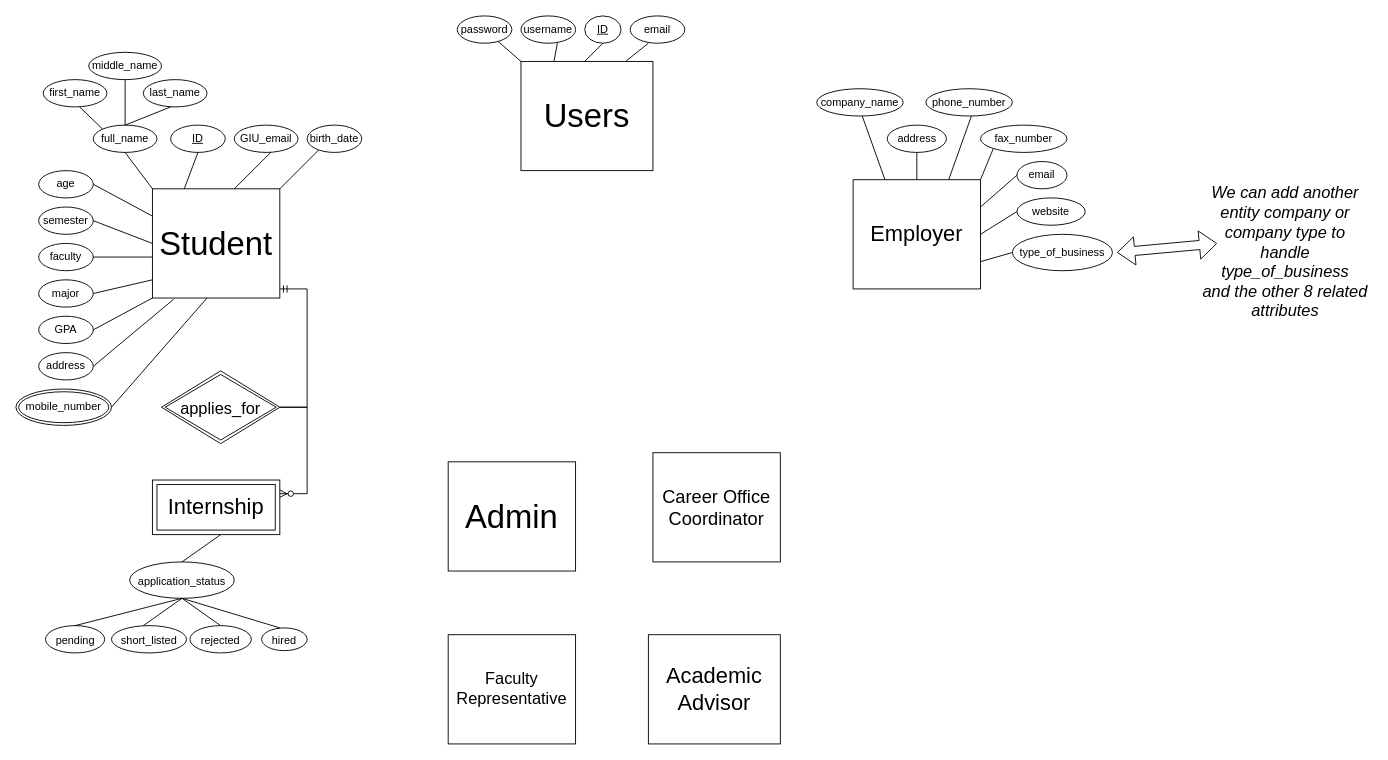
This is EERD_file1.drawio from RamyCodes/EERD, a draw.io file, before an edit. Source tidied: cells renumbered, new cells numbered last; positions are measured from the earlier drawing's top-left corner, leaving out a move shared by most shapes. Both pictures are drawn from the tidied source at 91%, with x=0, y=0 at pixel (15, 15).
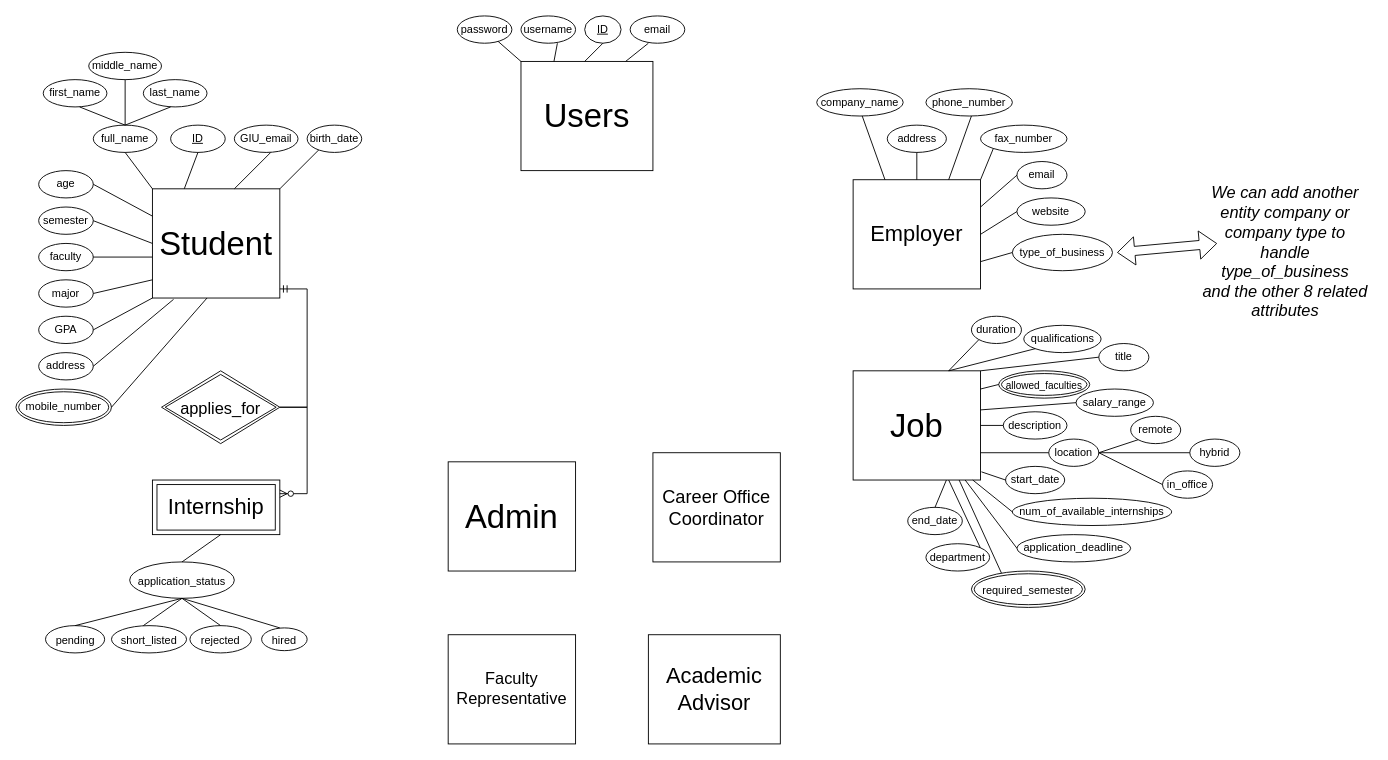
The same diagram, later.

Unchanged cells that the change refers to:
```xml
<mxCell id="18" value="full_name" style="ellipse;whiteSpace=wrap;html=1;" parent="1" vertex="1">
  <mxGeometry x="85" y="120" width="70" height="30" as="geometry" />
</mxCell>
```

Diff of the diagram source:
```diff
@@
-    <mxCell id="36" style="endArrow=none;html=1;rounded=0;exitX=0;exitY=0;exitDx=0;exitDy=0;" parent="1" edge="1" source="18">
+    <mxCell id="36" style="endArrow=none;html=1;rounded=0;exitX=0.5;exitY=0;exitDx=0;exitDy=0;" parent="1" edge="1" source="18">
       <mxGeometry relative="1" as="geometry">
         <mxPoint x="70" y="100" as="targetPoint" />
       </mxGeometry>
     </mxCell>
@@
+    <mxCell id="75" value="&lt;font style=&quot;font-size: 36px&quot;&gt;Job&lt;/font&gt;" style="rounded=0;whiteSpace=wrap;html=1;" parent="1" vertex="1">
+      <mxGeometry x="920" y="390" width="140" height="120" as="geometry" />
+    </mxCell>
+    <mxCell id="76" value="title" style="ellipse;whiteSpace=wrap;html=1;" parent="1" vertex="1">
+      <mxGeometry x="1190" y="360" width="55" height="30" as="geometry" />
+    </mxCell>
+    <mxCell id="77" value="description" style="ellipse;whiteSpace=wrap;html=1;" parent="1" vertex="1">
+      <mxGeometry x="1085" y="435" width="70" height="30" as="geometry" />
+    </mxCell>
+    <mxCell id="78" value="department" style="ellipse;whiteSpace=wrap;html=1;" parent="1" vertex="1">
+      <mxGeometry x="1000" y="580" width="70" height="30" as="geometry" />
+    </mxCell>
+    <mxCell id="79" value="start_date" style="ellipse;whiteSpace=wrap;html=1;" parent="1" vertex="1">
+      <mxGeometry x="1087.5" y="495" width="65" height="30" as="geometry" />
+    </mxCell>
+    <mxCell id="80" value="end_date" style="ellipse;whiteSpace=wrap;html=1;" parent="1" vertex="1">
+      <mxGeometry x="980" y="540" width="60" height="30" as="geometry" />
+    </mxCell>
+    <mxCell id="81" value="duration" style="ellipse;whiteSpace=wrap;html=1;" parent="1" vertex="1">
+      <mxGeometry x="1050" y="330" width="55" height="30" as="geometry" />
+    </mxCell>
+    <mxCell id="82" value="application_deadline" style="ellipse;whiteSpace=wrap;html=1;" parent="1" vertex="1">
+      <mxGeometry x="1100" y="570" width="125" height="30" as="geometry" />
+    </mxCell>
+    <mxCell id="83" value="num_of_available_internships" style="ellipse;whiteSpace=wrap;html=1;" parent="1" vertex="1">
+      <mxGeometry x="1095" y="530" width="175" height="30" as="geometry" />
+    </mxCell>
+    <mxCell id="84" value="&lt;font style=&quot;font-size: 11px&quot;&gt;allowed_faculties&lt;/font&gt;" style="ellipse;shape=doubleEllipse;margin=3;whiteSpace=wrap;html=1;align=center;fontSize=18;" parent="1" vertex="1">
+      <mxGeometry x="1080" y="390" width="100" height="30" as="geometry" />
+    </mxCell>
+    <mxCell id="85" value="salary_range" style="ellipse;whiteSpace=wrap;html=1;" parent="1" vertex="1">
+      <mxGeometry x="1165" y="410" width="85" height="30" as="geometry" />
+    </mxCell>
+    <mxCell id="86" value="qualifications" style="ellipse;whiteSpace=wrap;html=1;" parent="1" vertex="1">
+      <mxGeometry x="1107.5" y="340" width="85" height="30" as="geometry" />
+    </mxCell>
+    <mxCell id="87" value="&lt;font style=&quot;font-size: 12px&quot;&gt;required_semester&lt;/font&gt;" style="ellipse;shape=doubleEllipse;margin=3;whiteSpace=wrap;html=1;align=center;fontSize=18;" parent="1" vertex="1">
+      <mxGeometry x="1050" y="610" width="125" height="40" as="geometry" />
+    </mxCell>
+    <mxCell id="88" value="location" style="ellipse;whiteSpace=wrap;html=1;" parent="1" vertex="1">
+      <mxGeometry x="1135" y="465" width="55" height="30" as="geometry" />
+    </mxCell>
+    <mxCell id="89" style="endArrow=none;html=1;rounded=0;fontSize=12;exitX=0.75;exitY=0;exitDx=0;exitDy=0;entryX=0;entryY=1;entryDx=0;entryDy=0;" parent="1" edge="1" source="75" target="81">
+      <mxGeometry relative="1" as="geometry" />
+    </mxCell>
+    <mxCell id="90" style="endArrow=none;html=1;rounded=0;fontSize=12;entryX=0;entryY=1;entryDx=0;entryDy=0;exitX=0.75;exitY=0;exitDx=0;exitDy=0;" parent="1" edge="1" source="75" target="86">
+      <mxGeometry relative="1" as="geometry" />
+    </mxCell>
+    <mxCell id="91" style="endArrow=none;html=1;rounded=0;fontSize=12;exitX=1;exitY=0;exitDx=0;exitDy=0;entryX=0;entryY=0.5;entryDx=0;entryDy=0;" parent="1" edge="1" source="75" target="76">
+      <mxGeometry relative="1" as="geometry" />
+    </mxCell>
+    <mxCell id="92" style="endArrow=none;html=1;rounded=0;fontSize=12;entryX=0;entryY=0.5;entryDx=0;entryDy=0;" parent="1" edge="1" target="84">
+      <mxGeometry relative="1" as="geometry">
+        <mxPoint x="1060" y="410" as="sourcePoint" />
+      </mxGeometry>
+    </mxCell>
+    <mxCell id="93" style="endArrow=none;html=1;rounded=0;fontSize=12;exitX=0.998;exitY=0.358;exitDx=0;exitDy=0;entryX=0;entryY=0.5;entryDx=0;entryDy=0;exitPerimeter=0;" parent="1" edge="1" source="75" target="85">
+      <mxGeometry relative="1" as="geometry" />
+    </mxCell>
+    <mxCell id="94" style="endArrow=none;html=1;rounded=0;fontSize=12;exitX=1;exitY=0.5;exitDx=0;exitDy=0;entryX=0;entryY=0.5;entryDx=0;entryDy=0;" parent="1" edge="1" source="75" target="77">
+      <mxGeometry relative="1" as="geometry" />
+    </mxCell>
+    <mxCell id="95" style="endArrow=none;html=1;rounded=0;fontSize=12;exitX=1;exitY=0.75;exitDx=0;exitDy=0;entryX=0;entryY=0.5;entryDx=0;entryDy=0;" parent="1" edge="1" source="75" target="88">
+      <mxGeometry relative="1" as="geometry" />
+    </mxCell>
+    <mxCell id="96" style="endArrow=none;html=1;rounded=0;fontSize=12;entryX=0;entryY=0.5;entryDx=0;entryDy=0;exitX=1.007;exitY=0.925;exitDx=0;exitDy=0;exitPerimeter=0;" parent="1" edge="1" source="75" target="79">
+      <mxGeometry relative="1" as="geometry" />
+    </mxCell>
+    <mxCell id="97" style="endArrow=none;html=1;rounded=0;fontSize=12;exitX=0;exitY=0.5;exitDx=0;exitDy=0;entryX=0;entryY=1;entryDx=0;entryDy=0;" parent="1" edge="1" source="83">
+      <mxGeometry relative="1" as="geometry">
+        <mxPoint x="1051.5" y="510" as="targetPoint" />
+      </mxGeometry>
+    </mxCell>
+    <mxCell id="98" style="endArrow=none;html=1;rounded=0;fontSize=12;exitX=0;exitY=0.5;exitDx=0;exitDy=0;entryX=0;entryY=1;entryDx=0;entryDy=0;" parent="1" edge="1" source="82">
+      <mxGeometry relative="1" as="geometry">
+        <mxPoint x="1043.1" y="510" as="targetPoint" />
+      </mxGeometry>
+    </mxCell>
+    <mxCell id="99" style="endArrow=none;html=1;rounded=0;fontSize=12;exitX=0.264;exitY=0.058;exitDx=0;exitDy=0;entryX=0;entryY=1;entryDx=0;entryDy=0;exitPerimeter=0;" parent="1" edge="1" source="87">
+      <mxGeometry relative="1" as="geometry">
+        <mxPoint x="1036.5" y="510" as="targetPoint" />
+      </mxGeometry>
+    </mxCell>
+    <mxCell id="100" style="endArrow=none;html=1;rounded=0;fontSize=12;exitX=0.5;exitY=0;exitDx=0;exitDy=0;entryX=0;entryY=1;entryDx=0;entryDy=0;" parent="1" edge="1" source="80">
+      <mxGeometry relative="1" as="geometry">
+        <mxPoint x="1022.5" y="510" as="targetPoint" />
+      </mxGeometry>
+    </mxCell>
+    <mxCell id="101" style="endArrow=none;html=1;rounded=0;fontSize=12;exitX=1;exitY=0;exitDx=0;exitDy=0;entryX=0.75;entryY=1;entryDx=0;entryDy=0;" parent="1" edge="1" source="78" target="75">
+      <mxGeometry relative="1" as="geometry" />
+    </mxCell>
+    <mxCell id="102" value="remote" style="ellipse;whiteSpace=wrap;html=1;" parent="1" vertex="1">
+      <mxGeometry x="1225" y="440" width="55" height="30" as="geometry" />
+    </mxCell>
+    <mxCell id="103" value="hybrid" style="ellipse;whiteSpace=wrap;html=1;" parent="1" vertex="1">
+      <mxGeometry x="1290" y="465" width="55" height="30" as="geometry" />
+    </mxCell>
+    <mxCell id="104" value="in_office" style="ellipse;whiteSpace=wrap;html=1;" parent="1" vertex="1">
+      <mxGeometry x="1260" y="500" width="55" height="30" as="geometry" />
+    </mxCell>
+    <mxCell id="105" style="endArrow=none;html=1;rounded=0;fontSize=12;exitX=1;exitY=0.5;exitDx=0;exitDy=0;entryX=0;entryY=1;entryDx=0;entryDy=0;" parent="1" edge="1" source="88" target="102">
+      <mxGeometry relative="1" as="geometry" />
+    </mxCell>
+    <mxCell id="106" style="endArrow=none;html=1;rounded=0;fontSize=12;exitX=1;exitY=0.5;exitDx=0;exitDy=0;entryX=0;entryY=0.5;entryDx=0;entryDy=0;" parent="1" edge="1" source="88">
+      <mxGeometry relative="1" as="geometry">
+        <mxPoint x="1290" y="480" as="targetPoint" />
+      </mxGeometry>
+    </mxCell>
+    <mxCell id="107" style="endArrow=none;html=1;rounded=0;fontSize=12;exitX=1;exitY=0.5;exitDx=0;exitDy=0;entryX=0;entryY=0.5;entryDx=0;entryDy=0;" parent="1" edge="1" source="88" target="104">
+      <mxGeometry relative="1" as="geometry" />
+    </mxCell>
```
